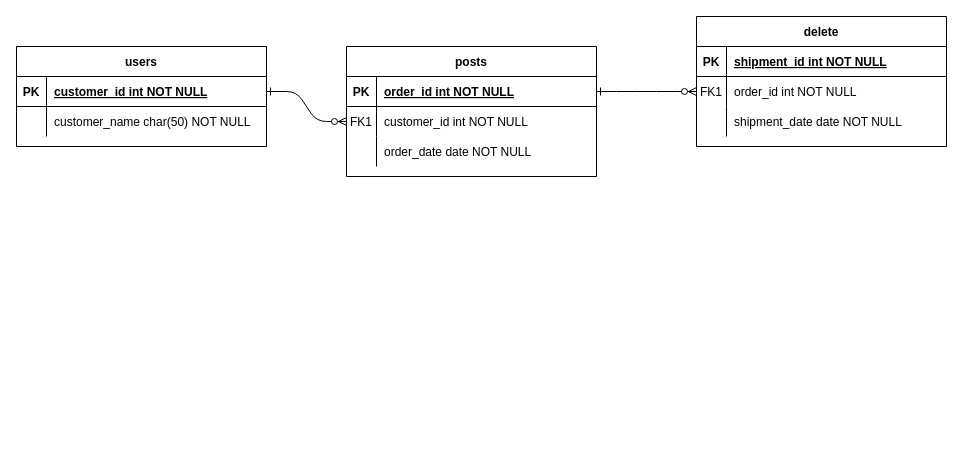
This is Untitled Diagram.drawio from REDCROSS16/BD_project, a draw.io file, before an edit. Source tidied: cells renumbered, new cells numbered last; positions are measured from the earlier drawing's top-left corner, leaving out a move shared by most shapes. Both pictures are drawn from the tidied source at 100%, with x=0, y=0 at pixel (16, 16).
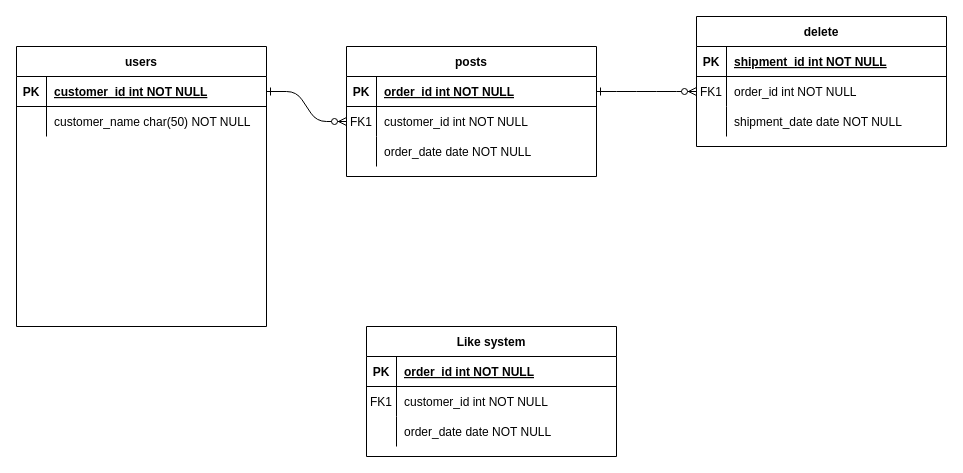
After the change.

Diff of the diagram source:
```diff
@@
     <mxCell id="24" value="users" style="shape=table;startSize=30;childLayout=tableLayout;rowLines=0;fontStyle=1;align=center;" parent="1" vertex="1">
-      <mxGeometry y="30" width="250" height="100" as="geometry" />
+      <mxGeometry y="30" width="250" height="280" as="geometry" />
     </mxCell>
@@
+    <mxCell id="31" value="Like system" style="shape=table;startSize=30;childLayout=tableLayout;rowLines=0;fontStyle=1;align=center;" parent="1" vertex="1">
+      <mxGeometry x="350" y="310" width="250" height="130" as="geometry" />
+    </mxCell>
+    <mxCell id="32" style="shape=partialRectangle;fillColor=none;top=0;left=0;right=0;bottom=1;" parent="31" vertex="1">
+      <mxGeometry y="30" width="250" height="30" as="geometry" />
+    </mxCell>
+    <mxCell id="33" value="PK" style="shape=partialRectangle;overflow=hidden;fillColor=none;top=0;left=0;bottom=0;right=0;fontStyle=1;" parent="32" vertex="1">
+      <mxGeometry width="30" height="30" as="geometry" />
+    </mxCell>
+    <mxCell id="34" value="order_id int NOT NULL " style="shape=partialRectangle;overflow=hidden;fillColor=none;top=0;left=0;bottom=0;right=0;align=left;spacingLeft=6;fontStyle=5;" parent="32" vertex="1">
+      <mxGeometry x="30" width="220" height="30" as="geometry" />
+    </mxCell>
+    <mxCell id="35" style="shape=partialRectangle;fillColor=none;top=0;left=0;right=0;bottom=0;" parent="31" vertex="1">
+      <mxGeometry y="60" width="250" height="30" as="geometry" />
+    </mxCell>
+    <mxCell id="36" value="FK1" style="shape=partialRectangle;overflow=hidden;fillColor=none;top=0;left=0;bottom=0;right=0;" parent="35" vertex="1">
+      <mxGeometry width="30" height="30" as="geometry" />
+    </mxCell>
+    <mxCell id="37" value="customer_id int NOT NULL" style="shape=partialRectangle;overflow=hidden;fillColor=none;top=0;left=0;bottom=0;right=0;align=left;spacingLeft=6;" parent="35" vertex="1">
+      <mxGeometry x="30" width="220" height="30" as="geometry" />
+    </mxCell>
+    <mxCell id="38" style="shape=partialRectangle;fillColor=none;top=0;left=0;right=0;bottom=0;" parent="31" vertex="1">
+      <mxGeometry y="90" width="250" height="30" as="geometry" />
+    </mxCell>
+    <mxCell id="39" style="shape=partialRectangle;overflow=hidden;fillColor=none;top=0;left=0;bottom=0;right=0;" parent="38" vertex="1">
+      <mxGeometry width="30" height="30" as="geometry" />
+    </mxCell>
+    <mxCell id="40" value="order_date date NOT NULL" style="shape=partialRectangle;overflow=hidden;fillColor=none;top=0;left=0;bottom=0;right=0;align=left;spacingLeft=6;" parent="38" vertex="1">
+      <mxGeometry x="30" width="220" height="30" as="geometry" />
+    </mxCell>
```
